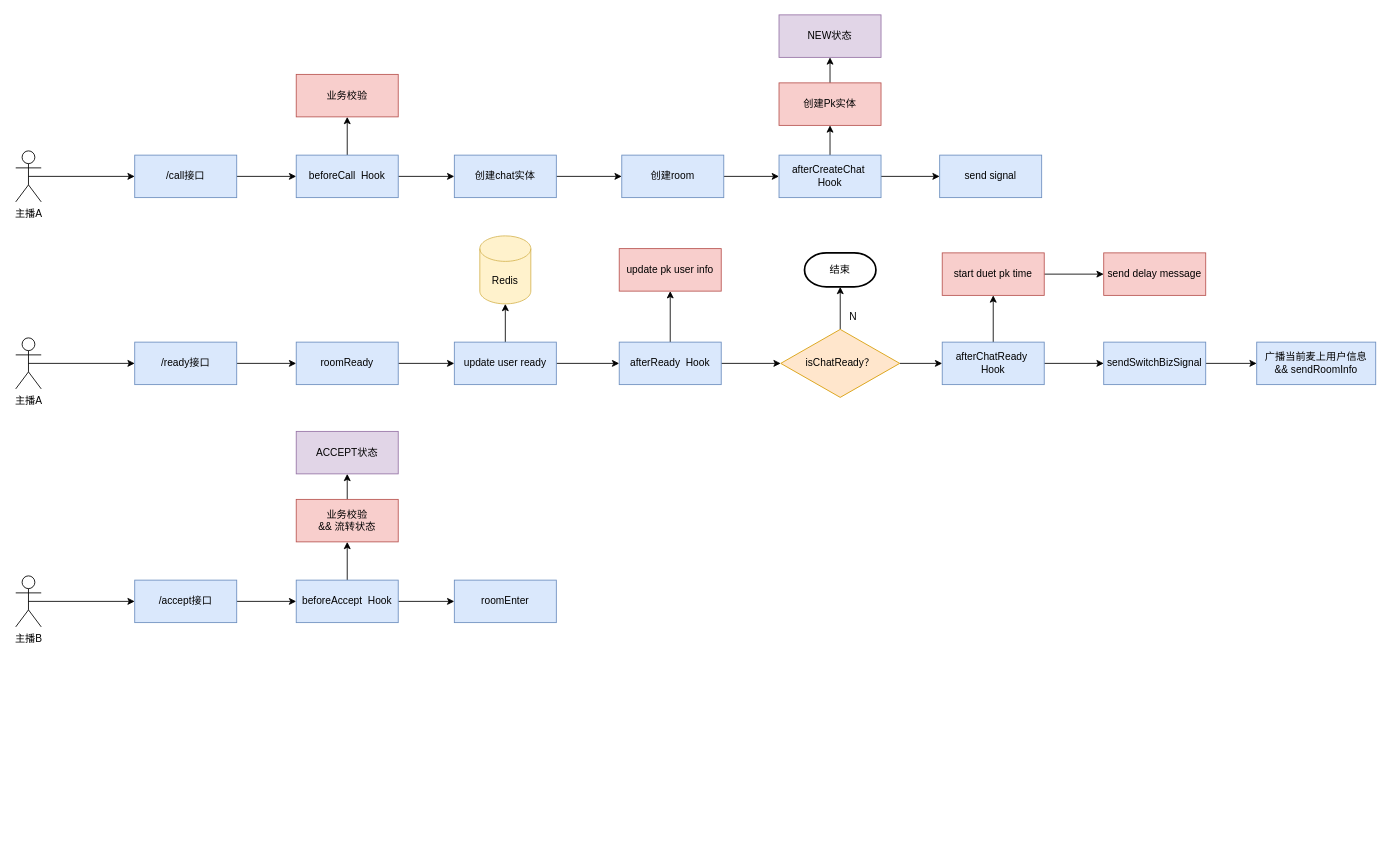
Above: PK.drawio in fengyn1218/draw-pic (draw.io), before the change. Source tidied: cells renumbered, new cells numbered last; positions are measured from the earlier drawing's top-left corner, leaving out a move shared by most shapes. Both pictures are drawn from the tidied source at 85%, with x=0, y=0 at pixel (15, 14).
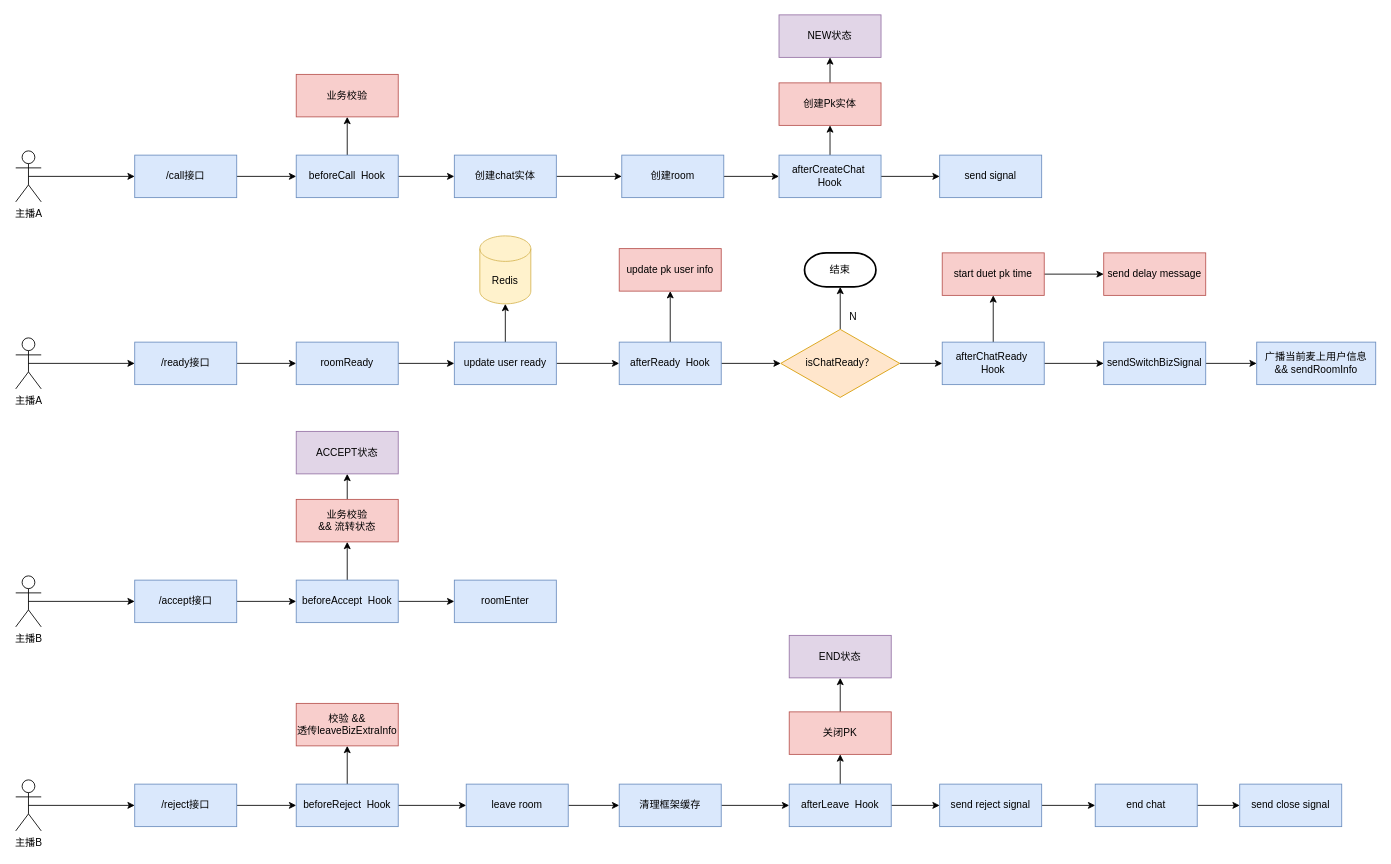
Above is the later version.

Change to the diagram source:
```diff
@@
+    <mxCell id="60" style="edgeStyle=orthogonalEdgeStyle;rounded=0;jettySize=auto;html=1;exitX=0.5;exitY=0.5;exitDx=0;exitDy=0;exitPerimeter=0;entryX=0;entryY=0.5;entryDx=0;entryDy=0;" parent="1" edge="1" source="61" target="63">
+      <mxGeometry relative="1" as="geometry" />
+    </mxCell>
+    <mxCell id="61" value="主播B" style="shape=umlActor;verticalLabelPosition=bottom;verticalAlign=top;html=1;outlineConnect=0;" parent="1" vertex="1">
+      <mxGeometry y="900" width="30" height="60" as="geometry" />
+    </mxCell>
+    <mxCell id="62" style="edgeStyle=orthogonalEdgeStyle;rounded=0;jettySize=auto;html=1;exitX=1;exitY=0.5;exitDx=0;exitDy=0;entryX=0;entryY=0.5;entryDx=0;entryDy=0;" parent="1" edge="1" source="63" target="66">
+      <mxGeometry relative="1" as="geometry" />
+    </mxCell>
+    <mxCell id="63" value="/reject接口" style="rounded=0;whiteSpace=wrap;html=1;fillColor=#dae8fc;strokeColor=#6c8ebf;" parent="1" vertex="1">
+      <mxGeometry x="140" y="905" width="120" height="50" as="geometry" />
+    </mxCell>
+    <mxCell id="64" style="edgeStyle=orthogonalEdgeStyle;rounded=0;jettySize=auto;html=1;exitX=0.5;exitY=0;exitDx=0;exitDy=0;entryX=0.5;entryY=1;entryDx=0;entryDy=0;" parent="1" edge="1" source="66" target="67">
+      <mxGeometry relative="1" as="geometry" />
+    </mxCell>
+    <mxCell id="65" style="edgeStyle=orthogonalEdgeStyle;rounded=0;jettySize=auto;html=1;exitX=1;exitY=0.5;exitDx=0;exitDy=0;entryX=0;entryY=0.5;entryDx=0;entryDy=0;" parent="1" edge="1" source="66" target="69">
+      <mxGeometry relative="1" as="geometry" />
+    </mxCell>
+    <mxCell id="66" value="beforeReject&amp;nbsp; Hook" style="rounded=0;whiteSpace=wrap;html=1;fillColor=#dae8fc;strokeColor=#6c8ebf;" parent="1" vertex="1">
+      <mxGeometry x="330" y="905" width="120" height="50" as="geometry" />
+    </mxCell>
+    <mxCell id="67" value="校验 &amp;amp;&amp;amp;&lt;br&gt;透传leaveBizExtraInfo" style="rounded=0;whiteSpace=wrap;html=1;fillColor=#f8cecc;strokeColor=#b85450;" parent="1" vertex="1">
+      <mxGeometry x="330" y="810" width="120" height="50" as="geometry" />
+    </mxCell>
+    <mxCell id="68" style="edgeStyle=orthogonalEdgeStyle;rounded=0;jettySize=auto;html=1;exitX=1;exitY=0.5;exitDx=0;exitDy=0;entryX=0;entryY=0.5;entryDx=0;entryDy=0;" parent="1" edge="1" source="69" target="71">
+      <mxGeometry relative="1" as="geometry" />
+    </mxCell>
+    <mxCell id="69" value="leave room" style="rounded=0;whiteSpace=wrap;html=1;fillColor=#dae8fc;strokeColor=#6c8ebf;" parent="1" vertex="1">
+      <mxGeometry x="530" y="905" width="120" height="50" as="geometry" />
+    </mxCell>
+    <mxCell id="70" style="edgeStyle=orthogonalEdgeStyle;rounded=0;jettySize=auto;html=1;exitX=1;exitY=0.5;exitDx=0;exitDy=0;entryX=0;entryY=0.5;entryDx=0;entryDy=0;" parent="1" edge="1" source="71" target="74">
+      <mxGeometry relative="1" as="geometry" />
+    </mxCell>
+    <mxCell id="71" value="清理框架缓存" style="rounded=0;whiteSpace=wrap;html=1;fillColor=#dae8fc;strokeColor=#6c8ebf;" parent="1" vertex="1">
+      <mxGeometry x="710" y="905" width="120" height="50" as="geometry" />
+    </mxCell>
+    <mxCell id="72" style="edgeStyle=orthogonalEdgeStyle;rounded=0;jettySize=auto;html=1;exitX=0.5;exitY=0;exitDx=0;exitDy=0;entryX=0.5;entryY=1;entryDx=0;entryDy=0;" parent="1" edge="1" source="74" target="76">
+      <mxGeometry relative="1" as="geometry" />
+    </mxCell>
+    <mxCell id="73" style="edgeStyle=orthogonalEdgeStyle;rounded=0;jettySize=auto;html=1;exitX=1;exitY=0.5;exitDx=0;exitDy=0;entryX=0;entryY=0.5;entryDx=0;entryDy=0;" parent="1" edge="1" source="74" target="79">
+      <mxGeometry relative="1" as="geometry" />
+    </mxCell>
+    <mxCell id="74" value="afterLeave&amp;nbsp; Hook" style="rounded=0;whiteSpace=wrap;html=1;fillColor=#dae8fc;strokeColor=#6c8ebf;" parent="1" vertex="1">
+      <mxGeometry x="910" y="905" width="120" height="50" as="geometry" />
+    </mxCell>
+    <mxCell id="75" style="edgeStyle=orthogonalEdgeStyle;rounded=0;jettySize=auto;html=1;exitX=0.5;exitY=0;exitDx=0;exitDy=0;entryX=0.5;entryY=1;entryDx=0;entryDy=0;" parent="1" edge="1" source="76" target="77">
+      <mxGeometry relative="1" as="geometry" />
+    </mxCell>
+    <mxCell id="76" value="关闭PK" style="rounded=0;whiteSpace=wrap;html=1;fillColor=#f8cecc;strokeColor=#b85450;" parent="1" vertex="1">
+      <mxGeometry x="910" y="820" width="120" height="50" as="geometry" />
+    </mxCell>
+    <mxCell id="77" value="END状态" style="rounded=0;whiteSpace=wrap;html=1;fillColor=#e1d5e7;strokeColor=#9673a6;" parent="1" vertex="1">
+      <mxGeometry x="910" y="730" width="120" height="50" as="geometry" />
+    </mxCell>
+    <mxCell id="78" style="edgeStyle=orthogonalEdgeStyle;rounded=0;jettySize=auto;html=1;exitX=1;exitY=0.5;exitDx=0;exitDy=0;entryX=0;entryY=0.5;entryDx=0;entryDy=0;" parent="1" edge="1" source="79" target="81">
+      <mxGeometry relative="1" as="geometry" />
+    </mxCell>
+    <mxCell id="79" value="send reject signal" style="rounded=0;whiteSpace=wrap;html=1;fillColor=#dae8fc;strokeColor=#6c8ebf;" parent="1" vertex="1">
+      <mxGeometry x="1087" y="905" width="120" height="50" as="geometry" />
+    </mxCell>
+    <mxCell id="80" style="edgeStyle=orthogonalEdgeStyle;rounded=0;jettySize=auto;html=1;exitX=1;exitY=0.5;exitDx=0;exitDy=0;entryX=0;entryY=0.5;entryDx=0;entryDy=0;" parent="1" edge="1" source="81" target="82">
+      <mxGeometry relative="1" as="geometry" />
+    </mxCell>
+    <mxCell id="81" value="end chat" style="rounded=0;whiteSpace=wrap;html=1;fillColor=#dae8fc;strokeColor=#6c8ebf;" parent="1" vertex="1">
+      <mxGeometry x="1270" y="905" width="120" height="50" as="geometry" />
+    </mxCell>
+    <mxCell id="82" value="send close signal" style="rounded=0;whiteSpace=wrap;html=1;fillColor=#dae8fc;strokeColor=#6c8ebf;" parent="1" vertex="1">
+      <mxGeometry x="1440" y="905" width="120" height="50" as="geometry" />
+    </mxCell>
```
